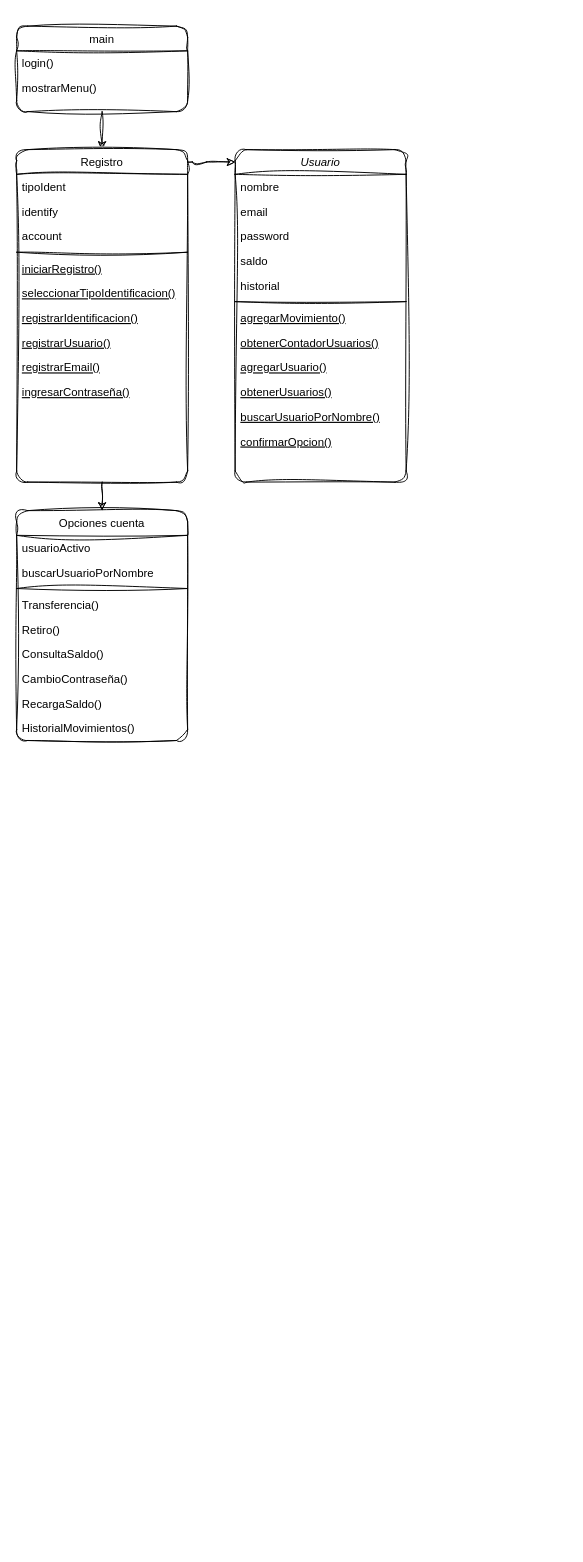
Above: cajero.drawio in Yessper13/Cajero_OBJ (draw.io), before the change. Source tidied: cells renumbered, new cells numbered last; positions are measured from the earlier drawing's top-left corner, leaving out a move shared by most shapes. Both pictures are drawn from the tidied source at 95%, with x=0, y=0 at pixel (16, 26).
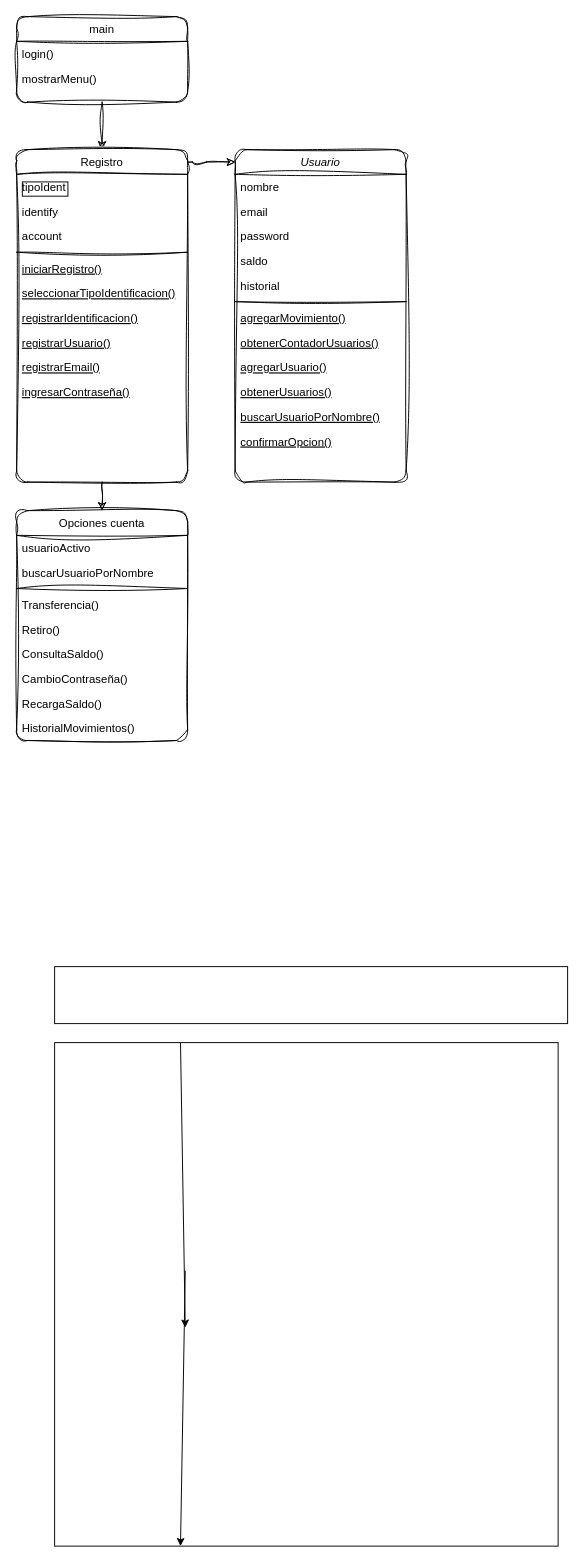
The same page after the edit.

Unchanged cells that the change refers to:
```xml
<mxCell id="20" value="Registro" style="swimlane;fontStyle=0;align=center;verticalAlign=top;horizontal=1;startSize=26;rounded=1;shadow=0;strokeWidth=1;sketch=1;curveFitting=1;jiggle=2;" parent="1" vertex="1">
  <mxGeometry y="130" width="180" height="350" as="geometry" />
</mxCell>
```

What changed in the source:
```diff
@@
     <mxCell id="16" value="main" style="swimlane;fontStyle=0;align=center;verticalAlign=top;horizontal=1;startSize=26;rounded=1;shadow=0;strokeWidth=1;sketch=1;curveFitting=1;jiggle=2;" parent="1" vertex="1">
-      <mxGeometry width="180" height="90" as="geometry" />
+      <mxGeometry y="-10" width="180" height="90" as="geometry" />
     </mxCell>
@@
-    <mxCell id="21" value="tipoIdent" style="text;align=left;verticalAlign=top;spacingLeft=4;spacingRight=4;overflow=hidden;rounded=1;sketch=1;curveFitting=1;jiggle=2;" parent="20" vertex="1">
+    <mxCell id="21" value="tipoIdent" style="text;align=left;verticalAlign=top;spacingLeft=4;spacingRight=4;overflow=hidden;rounded=1;sketch=1;curveFitting=1;jiggle=2;labelBorderColor=default;" parent="20" vertex="1">
       <mxGeometry y="26" width="180" height="26" as="geometry" />
     </mxCell>
@@
+    <mxCell id="42" style="whiteSpace=wrap;html=1;" parent="1" vertex="1">
+      <mxGeometry x="40" y="1070" width="530" height="530" as="geometry" />
+    </mxCell>
+    <mxCell id="43" style="edgeStyle=none;html=1;exitX=0.25;exitY=0;exitDx=0;exitDy=0;entryX=0.25;entryY=1;entryDx=0;entryDy=0;" parent="1" edge="1" target="42">
+      <mxGeometry relative="1" as="geometry">
+        <mxPoint x="177.5" y="1310" as="sourcePoint" />
+      </mxGeometry>
+    </mxCell>
+    <mxCell id="44" style="rounded=0;whiteSpace=wrap;html=1;" parent="1" vertex="1">
+      <mxGeometry x="40" y="990" width="540" height="60" as="geometry" />
+    </mxCell>
+    <mxCell id="45" style="edgeStyle=none;html=1;exitX=0.25;exitY=0;exitDx=0;exitDy=0;entryX=0.25;entryY=1;entryDx=0;entryDy=0;" parent="1" edge="1" source="42">
+      <mxGeometry relative="1" as="geometry">
+        <mxPoint x="177.5" y="1370" as="targetPoint" />
+      </mxGeometry>
+    </mxCell>
```
